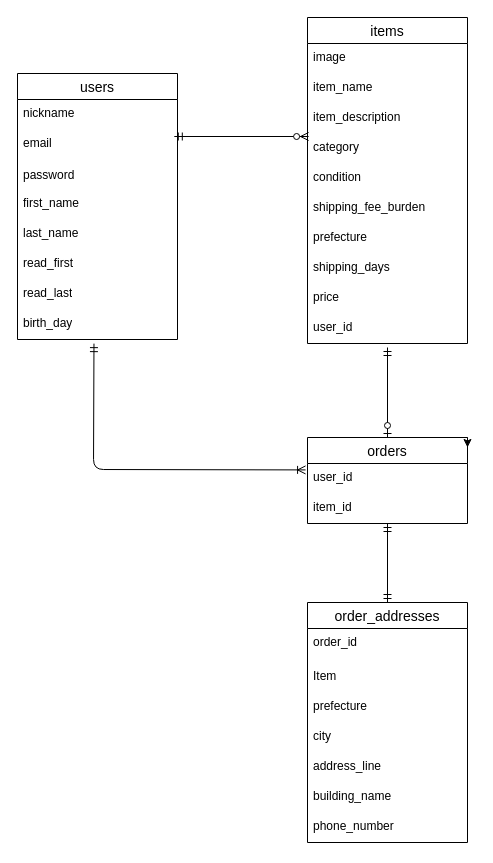
The draw.io diagram furima.dio in mochi-inu03/furima-41920, before the edit. Source tidied: cells renumbered, new cells numbered last; positions are measured from the earlier drawing's top-left corner, leaving out a move shared by most shapes. Both pictures are drawn from the tidied source at 100%, with x=0, y=0 at pixel (17, 17).
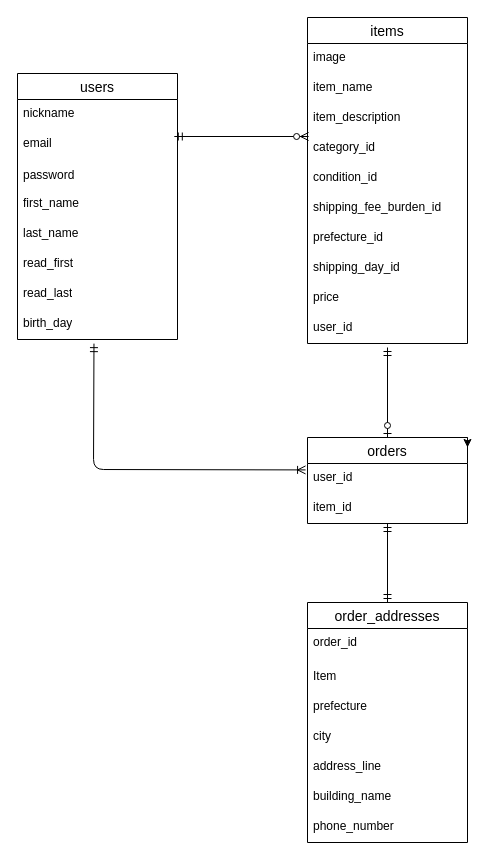
Above is the later version.

Commit message (it also covers changes not shown here):
データベース設計　修正

Unchanged cells that the change refers to:
```xml
<mxCell id="11" value="items" style="swimlane;fontStyle=0;horizontal=1;startSize=26;align=center;fontSize=14;" parent="1" vertex="1">
  <mxGeometry x="290" width="160" height="326" as="geometry" />
</mxCell>
```

What changed in the source:
```diff
@@
-    <mxCell id="15" value="category" style="text;strokeColor=none;fillColor=none;spacingLeft=4;spacingRight=4;overflow=hidden;fontSize=12;whiteSpace=wrap;html=1;" parent="11" vertex="1">
+    <mxCell id="15" value="category_id" style="text;strokeColor=none;fillColor=none;spacingLeft=4;spacingRight=4;overflow=hidden;fontSize=12;whiteSpace=wrap;html=1;" parent="11" vertex="1">
       <mxGeometry y="116" width="160" height="30" as="geometry" />
     </mxCell>
-    <mxCell id="16" value="condition" style="text;strokeColor=none;fillColor=none;spacingLeft=4;spacingRight=4;overflow=hidden;fontSize=12;whiteSpace=wrap;html=1;" parent="11" vertex="1">
+    <mxCell id="16" value="condition_id" style="text;strokeColor=none;fillColor=none;spacingLeft=4;spacingRight=4;overflow=hidden;fontSize=12;whiteSpace=wrap;html=1;" parent="11" vertex="1">
       <mxGeometry y="146" width="160" height="30" as="geometry" />
     </mxCell>
-    <mxCell id="17" value="shipping_fee_burden" style="text;strokeColor=none;fillColor=none;spacingLeft=4;spacingRight=4;overflow=hidden;fontSize=12;whiteSpace=wrap;html=1;" parent="11" vertex="1">
+    <mxCell id="17" value="shipping_fee_burden_id" style="text;strokeColor=none;fillColor=none;spacingLeft=4;spacingRight=4;overflow=hidden;fontSize=12;whiteSpace=wrap;html=1;" parent="11" vertex="1">
       <mxGeometry y="176" width="160" height="30" as="geometry" />
     </mxCell>
-    <mxCell id="18" value="prefecture" style="text;strokeColor=none;fillColor=none;spacingLeft=4;spacingRight=4;overflow=hidden;fontSize=12;whiteSpace=wrap;html=1;" parent="11" vertex="1">
+    <mxCell id="18" value="prefecture_id" style="text;strokeColor=none;fillColor=none;spacingLeft=4;spacingRight=4;overflow=hidden;fontSize=12;whiteSpace=wrap;html=1;" parent="11" vertex="1">
       <mxGeometry y="206" width="160" height="30" as="geometry" />
     </mxCell>
-    <mxCell id="19" value="shipping_days" style="text;strokeColor=none;fillColor=none;spacingLeft=4;spacingRight=4;overflow=hidden;fontSize=12;whiteSpace=wrap;html=1;" parent="11" vertex="1">
+    <mxCell id="19" value="shipping_day_id" style="text;strokeColor=none;fillColor=none;spacingLeft=4;spacingRight=4;overflow=hidden;fontSize=12;whiteSpace=wrap;html=1;" parent="11" vertex="1">
       <mxGeometry y="236" width="160" height="30" as="geometry" />
     </mxCell>
```
